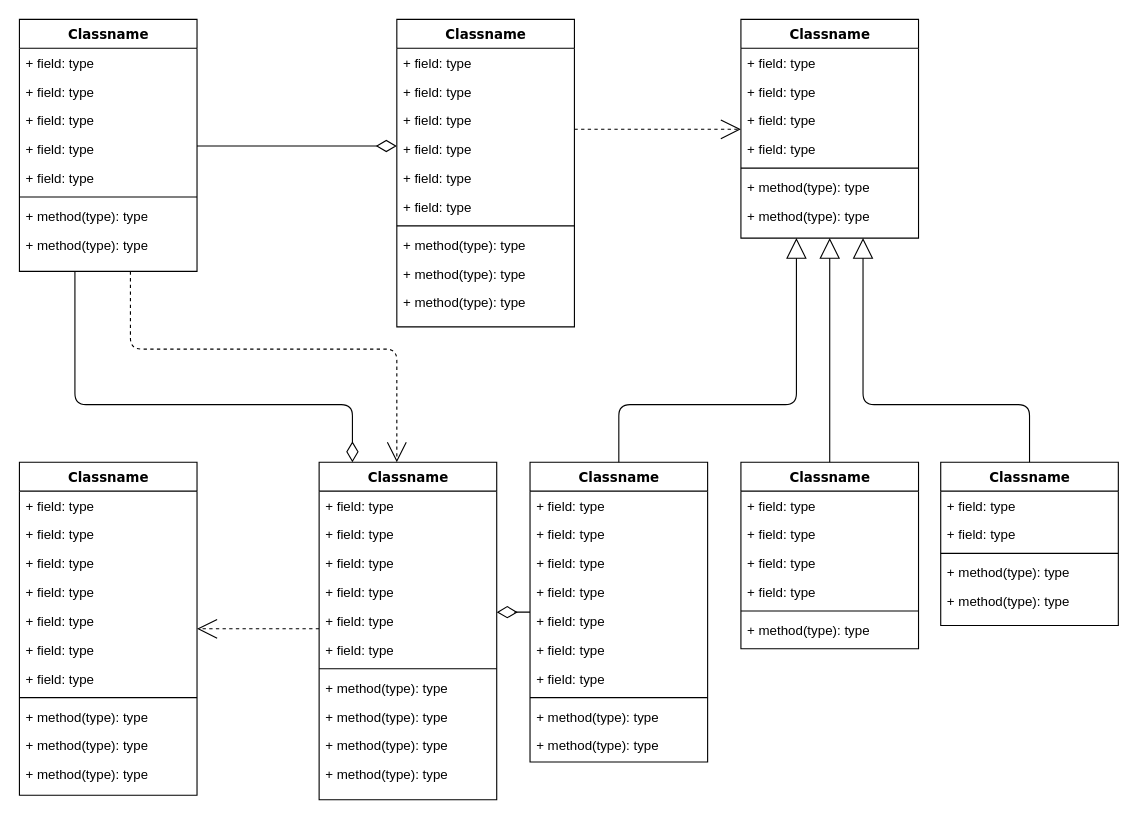
This is Class diagram base.drawio from AhmedElamari/Software-design-saved, a draw.io file, before an edit. Source tidied: cells renumbered, new cells numbered last; positions are measured from the earlier drawing's top-left corner, leaving out a move shared by most shapes. Both pictures are drawn from the tidied source at 111%, with x=0, y=0 at pixel (19, 19).
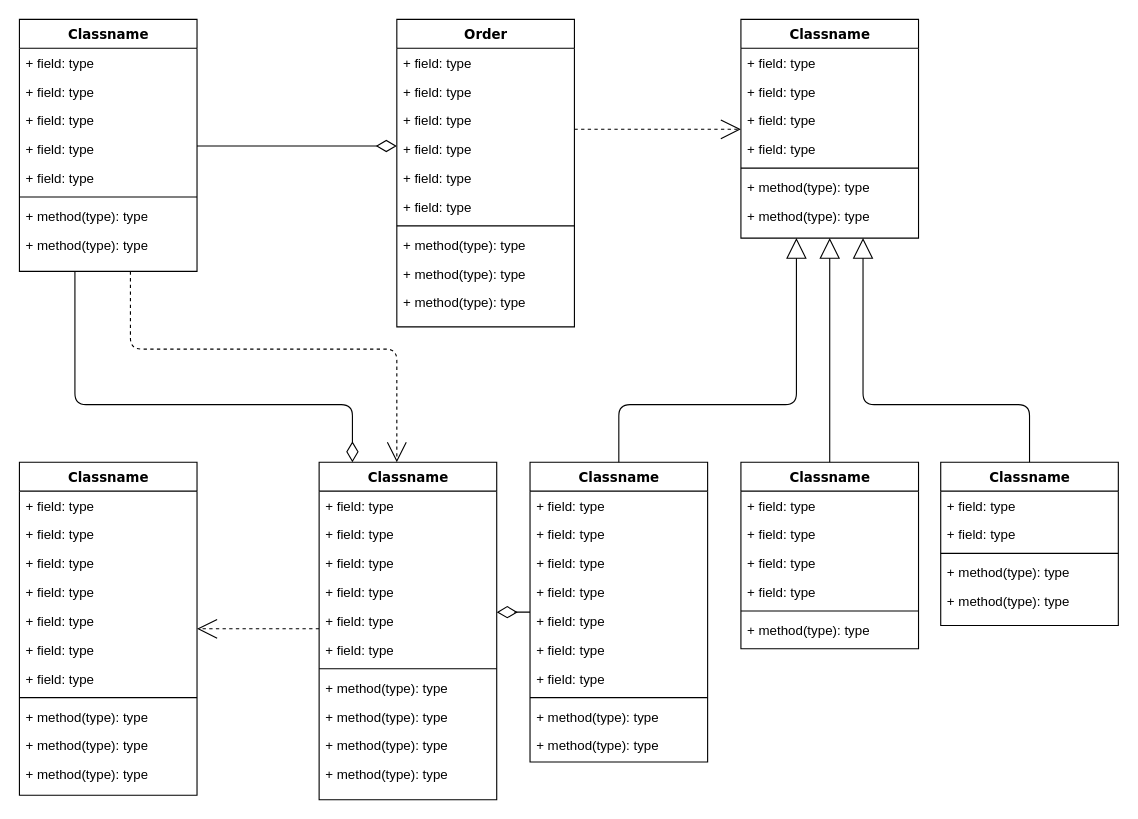
Above is the later version.

Diff of the diagram source:
```diff
@@
-    <mxCell id="14" value="Classname" style="swimlane;html=1;fontStyle=1;align=center;verticalAlign=top;horizontal=1;startSize=26;swimlaneFillColor=#ffffff;rounded=0;shadow=0;comic=0;labelBackgroundColor=none;strokeWidth=1;fillColor=none;fontFamily=Verdana;fontSize=12;" parent="1" vertex="1">
+    <mxCell id="14" value="Order" style="swimlane;html=1;fontStyle=1;align=center;verticalAlign=top;horizontal=1;startSize=26;swimlaneFillColor=#ffffff;rounded=0;shadow=0;comic=0;labelBackgroundColor=none;strokeWidth=1;fillColor=none;fontFamily=Verdana;fontSize=12;" parent="1" vertex="1">
       <mxGeometry x="340" width="160" height="277" as="geometry" />
     </mxCell>
```
